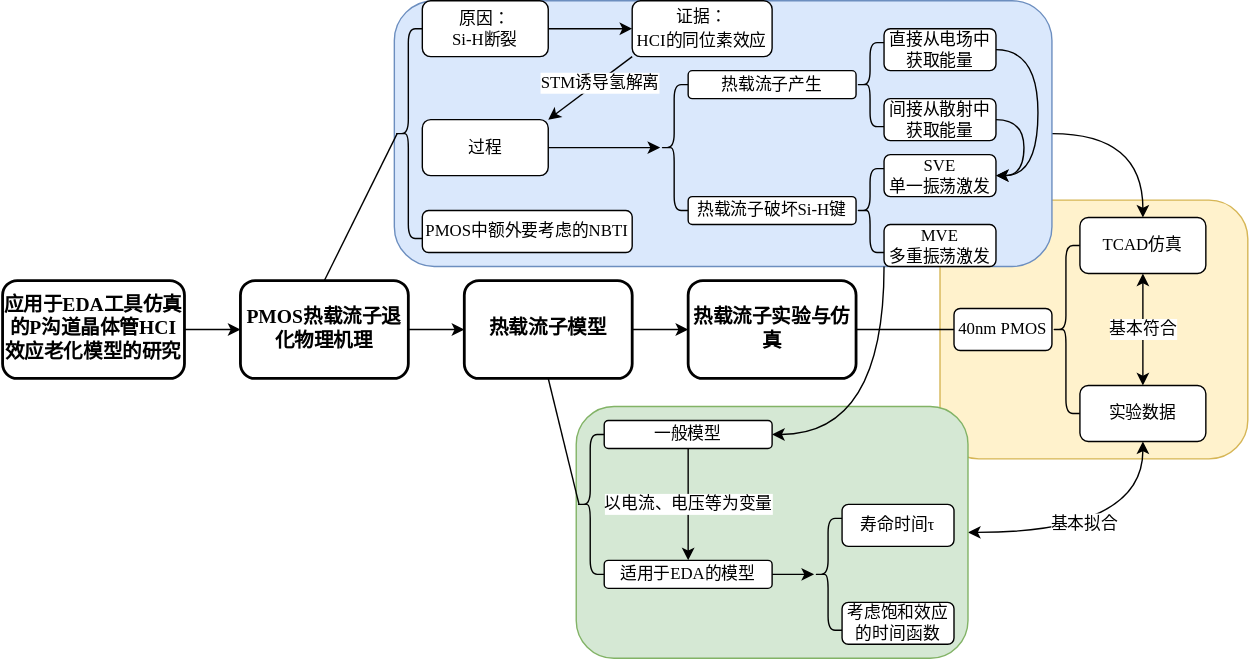
Earlier version of the draw.io export assets/images/hot-carrier/论文思维导图.drawio.svg (ToddZZF/toddzzf.github.io). Source tidied: cells renumbered, new cells last; positions are measured from the earlier drawing's top-left corner, leaving out a move shared by most shapes.
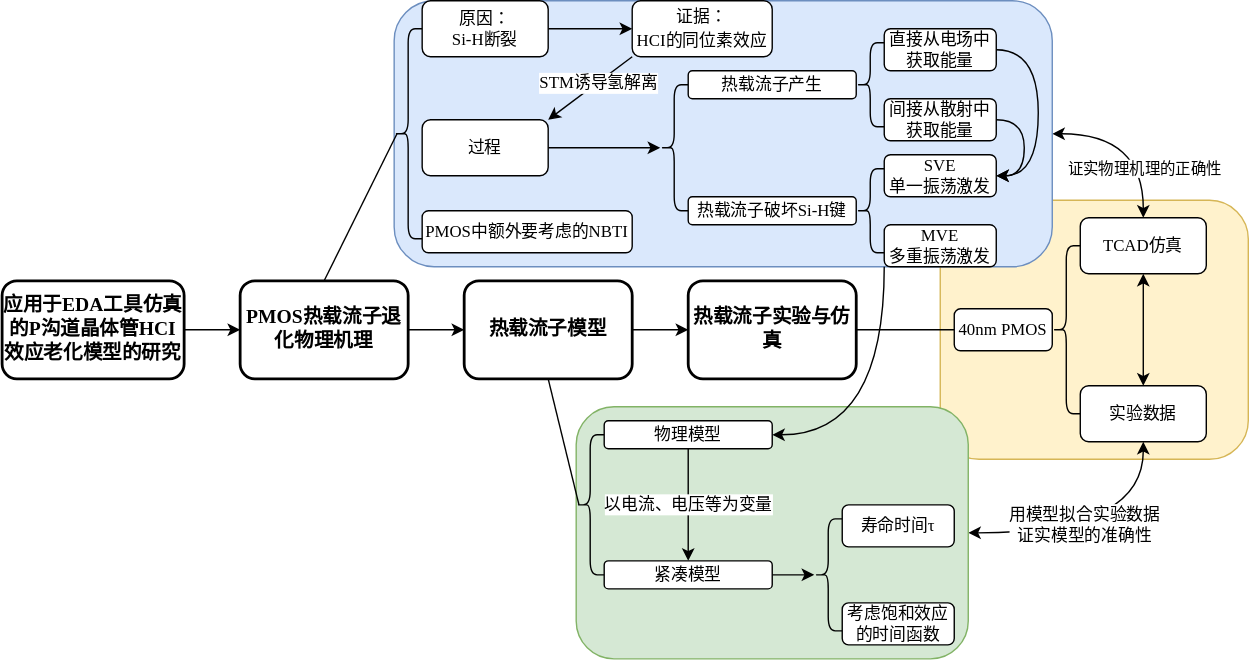
The same diagram one commit later.

What changed in the source:
```diff
@@ -8,15 +8,20 @@
     <mxCell id="3" style="edgeStyle=orthogonalEdgeStyle;rounded=0;jettySize=auto;html=1;exitX=1;exitY=0.5;exitDx=0;exitDy=0;entryX=0.5;entryY=1;entryDx=0;entryDy=0;fontFamily=Times New Roman;fontSize=12;curved=1;startArrow=classic;startFill=1;" parent="1" edge="1" source="5" target="50">
       <mxGeometry relative="1" as="geometry" />
     </mxCell>
-    <mxCell id="4" value="基本拟合" style="edgeLabel;html=1;align=center;verticalAlign=middle;fontSize=12;fontFamily=Times New Roman;" parent="3" vertex="1">
+    <mxCell id="4" value="用模型拟合实验数据&lt;br&gt;证实模型的准确性" style="edgeLabel;html=1;align=center;verticalAlign=middle;fontSize=12;fontFamily=Times New Roman;" parent="3" vertex="1">
       <mxGeometry x="-0.14" y="7" relative="1" as="geometry" />
     </mxCell>
     <mxCell id="5" style="rounded=1;whiteSpace=wrap;html=1;fontFamily=Times New Roman;fontSize=12;strokeWidth=1;fillColor=#d5e8d4;strokeColor=#82b366;" parent="1" vertex="1">
       <mxGeometry x="410" y="290" width="280" height="180" as="geometry" />
     </mxCell>
-    <mxCell id="6" style="edgeStyle=orthogonalEdgeStyle;curved=1;rounded=0;jettySize=auto;html=1;exitX=1;exitY=0.5;exitDx=0;exitDy=0;entryX=0.5;entryY=0;entryDx=0;entryDy=0;fontFamily=Times New Roman;fontSize=12;startArrow=none;startFill=0;" parent="1" edge="1" source="7" target="49">
+    <mxCell id="6" style="edgeStyle=orthogonalEdgeStyle;curved=1;rounded=0;jettySize=auto;html=1;exitX=1;exitY=0.5;exitDx=0;exitDy=0;entryX=0.5;entryY=0;entryDx=0;entryDy=0;fontFamily=Times New Roman;fontSize=12;startArrow=classic;startFill=1;" parent="1" edge="1" source="7" target="49">
       <mxGeometry relative="1" as="geometry" />
     </mxCell>
+    <mxCell id="53" value="证实物理机理的正确性" style="edgeLabel;html=1;align=center;verticalAlign=middle;" parent="6" vertex="1">
+      <mxGeometry x="0.37" y="-11" relative="1" as="geometry">
+        <mxPoint x="11" y="4" as="offset" />
+      </mxGeometry>
+    </mxCell>
     <mxCell id="7" style="rounded=1;whiteSpace=wrap;html=1;fontFamily=Times New Roman;fontSize=12;strokeWidth=1;fillColor=#dae8fc;strokeColor=#6c8ebf;" parent="1" vertex="1">
       <mxGeometry x="280" width="470" height="190" as="geometry" />
     </mxCell>
@@ -124,13 +129,13 @@
     <mxCell id="40" style="edgeStyle=orthogonalEdgeStyle;curved=1;rounded=0;jettySize=auto;html=1;exitX=1;exitY=0.5;exitDx=0;exitDy=0;entryX=0;entryY=1;entryDx=0;entryDy=0;fontFamily=Times New Roman;fontSize=12;startArrow=classic;startFill=1;endArrow=none;endFill=0;" parent="1" edge="1" source="41" target="35">
       <mxGeometry relative="1" as="geometry" />
     </mxCell>
-    <mxCell id="41" value="一般模型" style="rounded=1;whiteSpace=wrap;html=1;fontSize=12;strokeWidth=1;fontFamily=Times New Roman;" parent="1" vertex="1">
+    <mxCell id="41" value="物理模型" style="rounded=1;whiteSpace=wrap;html=1;fontSize=12;strokeWidth=1;fontFamily=Times New Roman;" parent="1" vertex="1">
       <mxGeometry x="430" y="300" width="120" height="20" as="geometry" />
     </mxCell>
     <mxCell id="42" style="edgeStyle=none;rounded=0;jettySize=auto;html=1;fontSize=12;fontFamily=Times New Roman;" parent="1" edge="1" source="43" target="44">
       <mxGeometry relative="1" as="geometry" />
     </mxCell>
-    <mxCell id="43" value="适用于EDA的模型" style="rounded=1;whiteSpace=wrap;html=1;fontSize=12;strokeWidth=1;fontFamily=Times New Roman;" parent="1" vertex="1">
+    <mxCell id="43" value="紧凑模型" style="rounded=1;whiteSpace=wrap;html=1;fontSize=12;strokeWidth=1;fontFamily=Times New Roman;" parent="1" vertex="1">
       <mxGeometry x="430" y="400" width="120" height="20" as="geometry" />
     </mxCell>
     <mxCell id="44" style="shape=curlyBracket;whiteSpace=wrap;html=1;rounded=1;fontSize=12;strokeWidth=1;fontFamily=Times New Roman;" parent="1" vertex="1">
@@ -145,7 +150,7 @@
     <mxCell id="47" style="shape=curlyBracket;whiteSpace=wrap;html=1;rounded=1;fontFamily=Times New Roman;fontSize=12;strokeWidth=1;" parent="1" vertex="1">
       <mxGeometry x="750" y="175" width="20" height="120" as="geometry" />
     </mxCell>
-    <mxCell id="48" value="基本符合" style="edgeStyle=orthogonalEdgeStyle;curved=1;rounded=0;jettySize=auto;html=1;exitX=0.5;exitY=1;exitDx=0;exitDy=0;entryX=0.5;entryY=0;entryDx=0;entryDy=0;fontFamily=Times New Roman;fontSize=12;startArrow=classic;startFill=1;" parent="1" edge="1" source="49" target="50">
+    <mxCell id="48" style="edgeStyle=none;rounded=0;jettySize=auto;html=1;startArrow=classic;startFill=1;" parent="1" edge="1" source="49" target="50">
       <mxGeometry relative="1" as="geometry" />
     </mxCell>
     <mxCell id="49" value="TCAD仿真" style="rounded=1;whiteSpace=wrap;html=1;fontFamily=Times New Roman;fontSize=12;strokeWidth=1;" parent="1" vertex="1">
```
